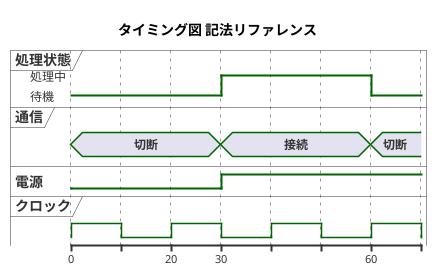
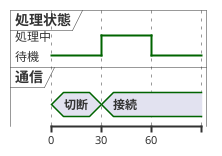
@startuml
- ' ============================================================
- '  タイミング図 記法リファレンス（「こう書くとこうなる」集）
- '  時間の経過にそった状態の変化を表す。※コメントは行頭の ' のみ。
- ' ============================================================
- title タイミング図 記法リファレンス
- 
- ' ▼ 信号の種類はキーワードで使い分ける
- '   robust=状態名を線で, concise=帯で, binary=ON/OFF, clock=周期クロック
robust  "処理状態" as R
concise "通信"     as C
- binary  "電源"     as P
- clock   "クロック"  as CLK with period 20

- ' ▼ 時刻はこう指定する： @数値 のあとに「対象 is 状態」を書く
@0
R is 待機
C is 切断
- P is low
- 
@30
R is 処理中
C is 接続
- P is high
- 
@60
R is 待機
- C is 切断
- 
@enduml
